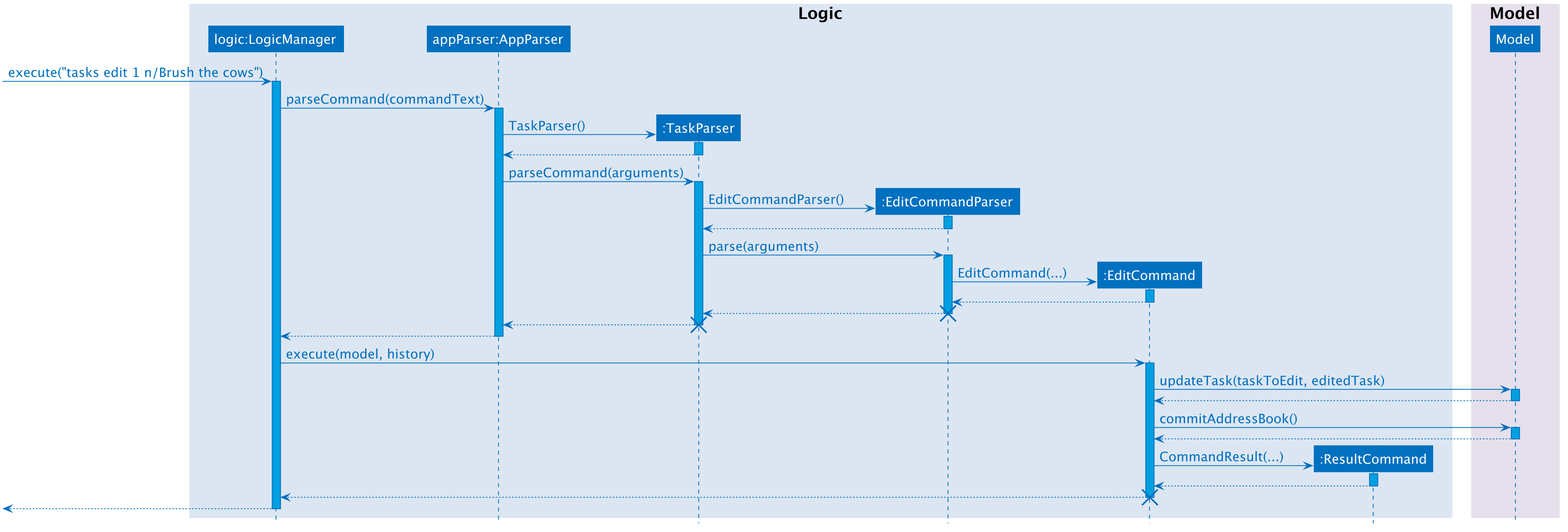
Before: docs/images/EditTaskSequenceDiagram.png, a diagram exported from PlantUML (CS2103-AY1819S1-T09-1/main).
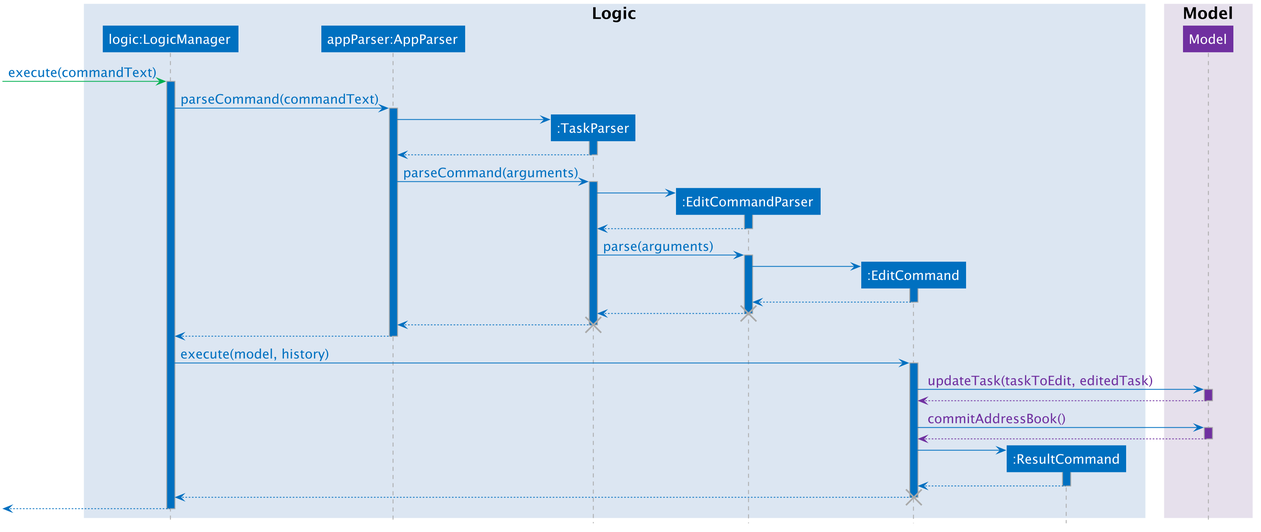
After the commit.

Commit message:
Colorise sequence diagram correctly

What changed in the source:
```diff
@@ -5,78 +5,107 @@
 skinparam BoxPadding 10
 skinparam ParticipantPadding 20
 skinparam shadowing false
+hide stereotype
+
 skinparam sequence {
     BoxBorderColor transparent
     BoxFontSize 20
     ParticipantBorderColor #0070C0
     ParticipantBackgroundColor #0070C0
     ParticipantFontColor #FFFFFF
-    LifeLineBorderColor #0070C0
-    LifeLineBackgroundColor #00A0E0
+    ParticipantBorderColor<<ui>> #00B050
+    ParticipantBackgroundColor<<ui>> #00B050
+    ParticipantBorderColor<<logic>> #0070C0
+    ParticipantBackgroundColor<<logic>> #0070C0
+    ParticipantBorderColor<<model>> #7030A0
+    ParticipantBackgroundColor<<model>> #7030A0
+    LifeLineBorderColor DarkGrey
+    LifeLineBackgroundColor #0070C0
+    ParticipantFontColor #FFFFFF
     ArrowColor #0070C0
     ArrowBorderColor #0070C0
     ArrowFontColor #0070C0
 }
 
-autoactivate on
 hide footbox
 
 box "Logic" #DCE6F2
-    participant logicManager as "logic:LogicManager"
-    participant appParser as "appParser:AppParser"
-    participant taskParser as ":TaskParser"
-    participant editCommandParser as ":EditCommandParser"
-    participant editCommand as ":EditCommand"
-    participant commandResult as ":ResultCommand"
+    participant logicManager as "logic:LogicManager" <<logic>>
+    participant appParser as "appParser:AppParser" <<logic>>
+    participant taskParser as ":TaskParser" <<logic>>
+    participant editCommandParser as ":EditCommandParser" <<logic>>
+    participant editCommand as ":EditCommand" <<logic>>
+    participant commandResult as ":ResultCommand" <<logic>>
 end box
 box "Model" #E6E0EC
-    participant model as "Model"
+    participant model as "Model" <<model>>
 end box
 
-[-> logicManager: execute("tasks edit 1 n/Brush the cows")
+[-[#00B050]> logicManager: execute(commandText)
+activate logicManager
 
 logicManager -> appParser: parseCommand(commandText)
 
 create taskParser
-appParser -> taskParser: TaskParser()
+activate appParser
+appParser -> taskParser
+activate taskParser
 taskParser --> appParser
+deactivate taskParser
 
 appParser -> taskParser: parseCommand(arguments)
+activate taskParser
 
 create editCommandParser
-taskParser -> editCommandParser: EditCommandParser()
+taskParser -> editCommandParser
+activate editCommandParser
 editCommandParser --> taskParser
+deactivate editCommandParser
 
 taskParser -> editCommandParser: parse(arguments)
+activate editCommandParser
 
 create editCommand
-editCommandParser -> editCommand: EditCommand(...)
+editCommandParser -> editCommand
+activate editCommand
 editCommand --> editCommandParser
+deactivate editCommand
 
 editCommandParser --> taskParser
-
+deactivate editCommandParser
 destroy editCommandParser
 
 taskParser --> appParser
-
+deactivate taskParser
 destroy taskParser
 
 appParser --> logicManager
+deactivate appParser
 
 logicManager -> editCommand: execute(model, history)
+activate editCommand
 
-editCommand -> model: updateTask(taskToEdit, editedTask)
-model --> editCommand
+editCommand -> model: <color:#7030A0> updateTask(taskToEdit, editedTask)
+activate model #7030A0
+model --[#7030A0]> editCommand
+deactivate model
 
-editCommand -> model: commitAddressBook()
-model --> editCommand
+editCommand -> model: <color:#7030A0> commitAddressBook()
+activate model #7030A0
+model --[#7030A0]> editCommand
+deactivate model
 
 create commandResult
-editCommand -> commandResult: CommandResult(...)
+editCommand -> commandResult
+activate commandResult
 commandResult --> editCommand
+deactivate commandResult
 
 editCommand --> logicManager
+deactivate editCommand
 destroy editCommand
 
+
 logicManager -->[
+deactivate logicManager
 @enduml
```
